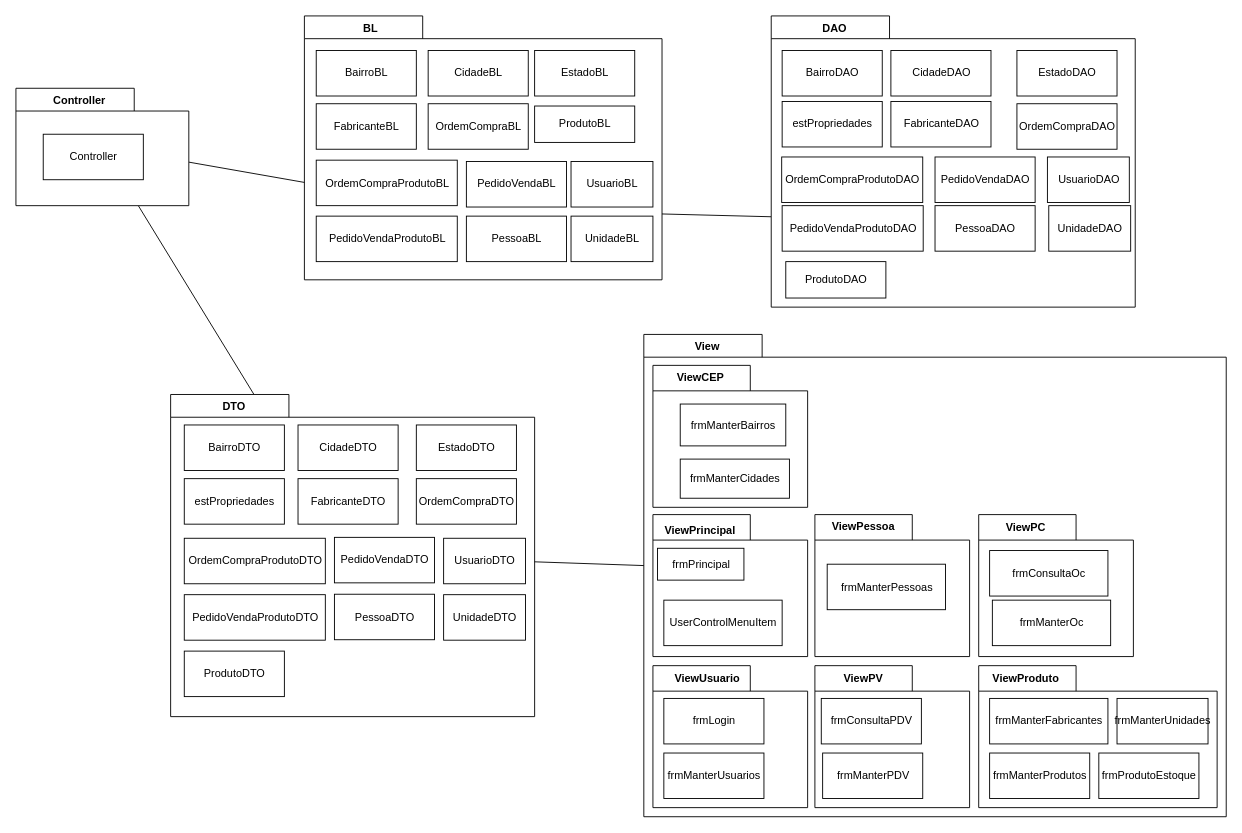
This is Documentação/Diagramas/Diagrama de Pacotes/Diagrama de Pacote.drawio from System4Developers/pimADS4, a draw.io file, before an edit. Source tidied: cells renumbered, new cells numbered last; positions are measured from the earlier drawing's top-left corner, leaving out a move shared by most shapes. Both pictures are drawn from the tidied source at 91%, with x=0, y=0 at pixel (15, 15).
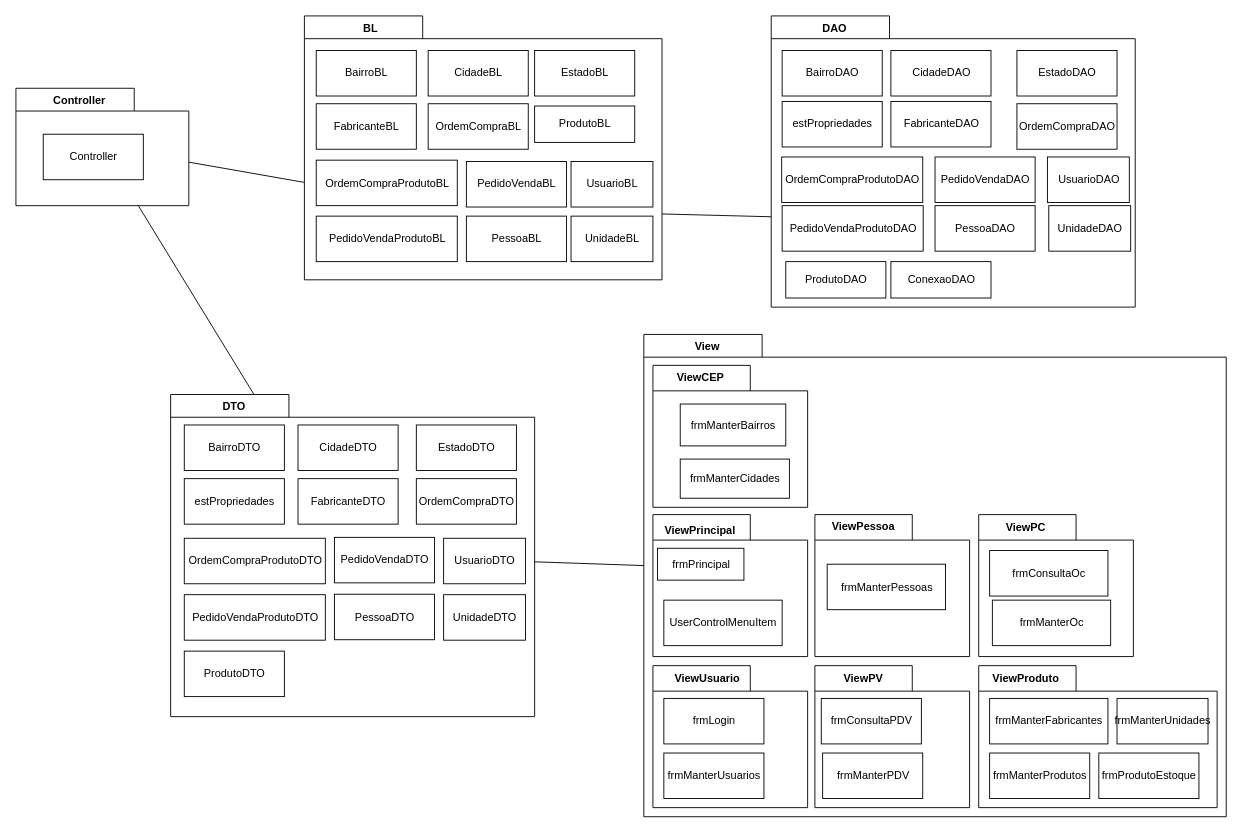
The same page after the edit.

Diff of the diagram source:
```diff
@@
+    <mxCell id="84" value="ConexaoDAO" style="html=1;" parent="1" vertex="1">
+      <mxGeometry x="961.5" y="270" width="110" height="40" as="geometry" />
+    </mxCell>
```
